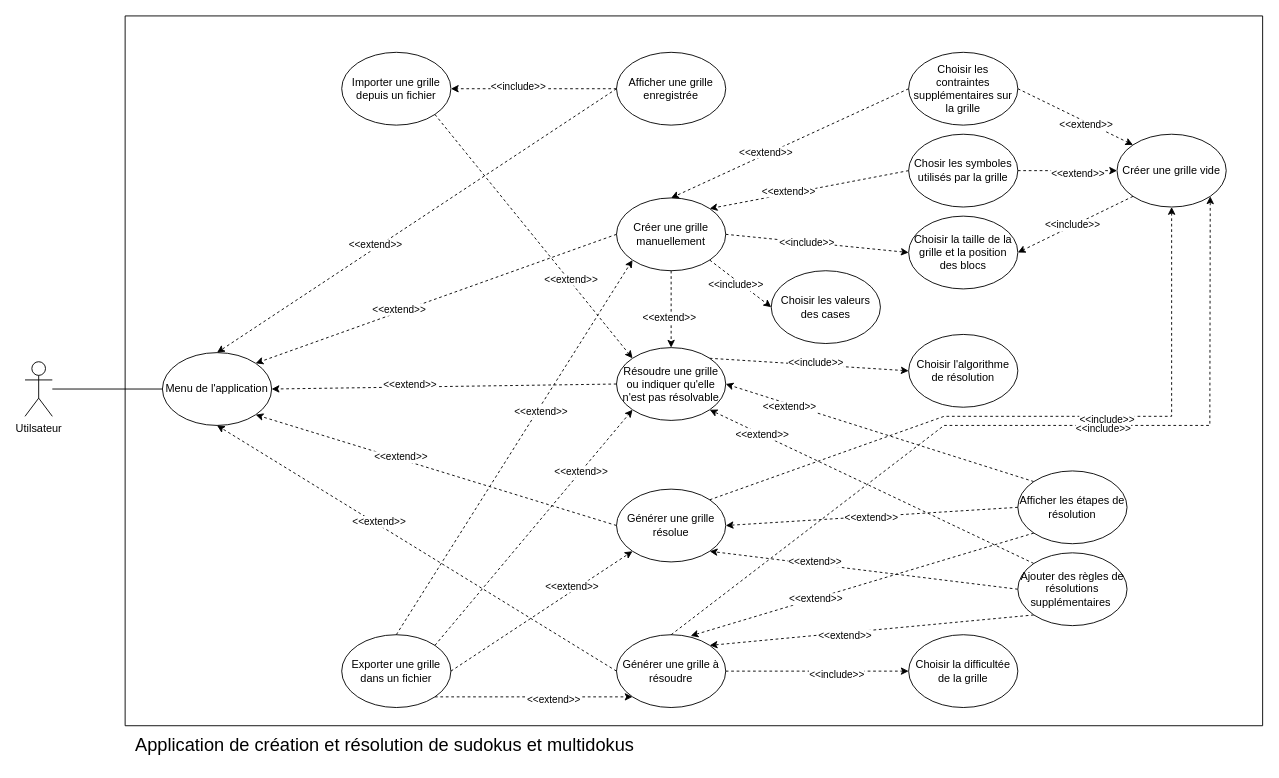
zulianc/S5-sudoku keeps this draw.io diagram as doc/diagrammes/Diagramme_cas_utilisations.drawio. Above is the earlier version. Source tidied: cells renumbered, new cells numbered last; positions are measured from the earlier drawing's top-left corner, leaving out a move shared by most shapes. Both pictures are drawn from the tidied source at 91%, with x=0, y=0 at pixel (25, 15).
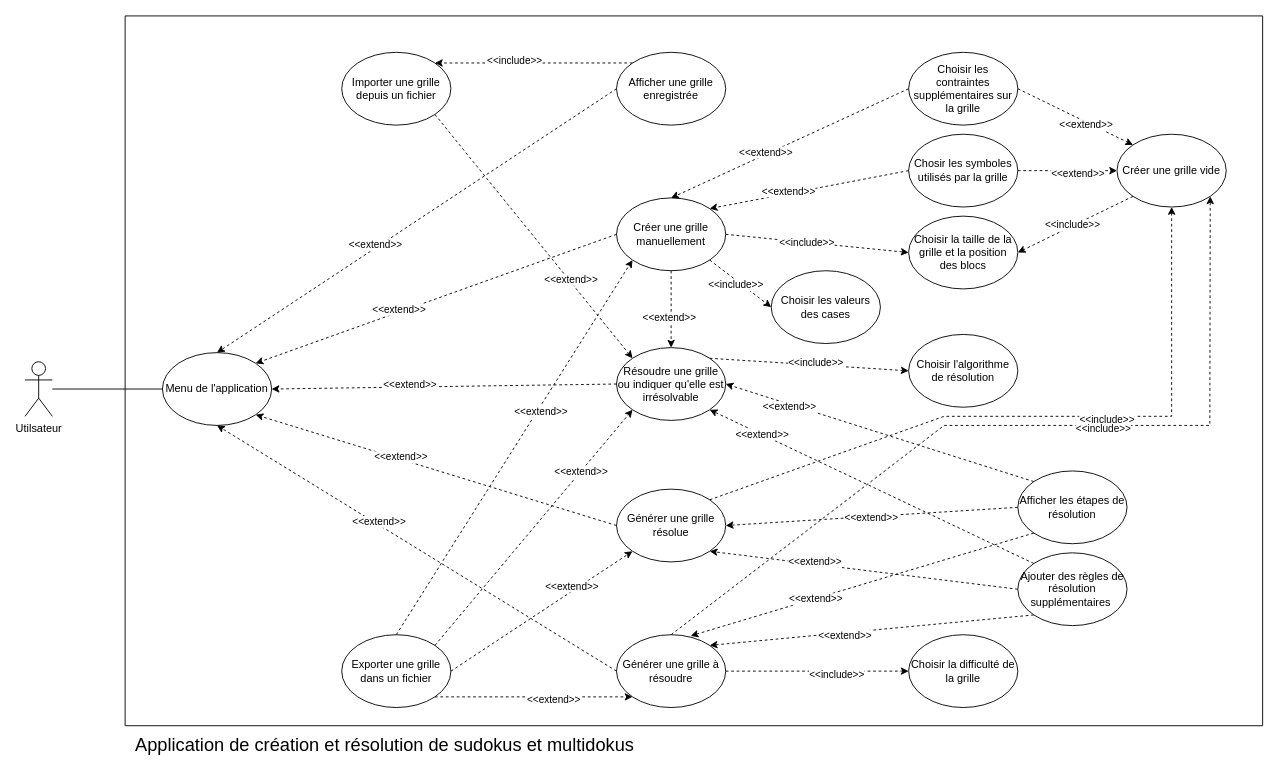
Above is the later version.

Commit message (it also covers changes not shown here):
Mise à jour diagramme cas utilisations

The change refers to these unchanged cells:
```xml
<mxCell id="9" value="Afficher une grille enregistrée" style="ellipse;whiteSpace=wrap;html=1;" parent="1" vertex="1">
  <mxGeometry x="650" y="40" width="120" height="80" as="geometry" />
</mxCell>
<mxCell id="10" value="Importer une grille depuis un fichier" style="ellipse;whiteSpace=wrap;html=1;" parent="1" vertex="1">
  <mxGeometry x="348" y="40" width="120" height="80" as="geometry" />
</mxCell>
<mxCell id="57" style="swimlane;startSize=0;" parent="1" vertex="1">
  <mxGeometry x="110" width="1250" height="780" as="geometry" />
</mxCell>
```

What changed in the source:
```diff
@@
-    <mxCell id="7" value="Résoudre une grille ou indiquer qu'elle n'est pas résolvable" style="ellipse;whiteSpace=wrap;html=1;" parent="1" vertex="1">
+    <mxCell id="7" value="Résoudre une grille ou indiquer qu'elle est irrésolvable" style="ellipse;whiteSpace=wrap;html=1;" parent="1" vertex="1">
       <mxGeometry x="650" y="364.5" width="120" height="80" as="geometry" />
     </mxCell>
@@
-    <mxCell id="12" value="Choisir la difficultée de la grille" style="ellipse;whiteSpace=wrap;html=1;" parent="1" vertex="1">
+    <mxCell id="12" value="Choisir la difficulté de la grille" style="ellipse;whiteSpace=wrap;html=1;" parent="1" vertex="1">
       <mxGeometry x="971" y="680" width="120" height="80" as="geometry" />
     </mxCell>
@@
-    <mxCell id="37" style="endArrow=classic;html=1;rounded=0;dashed=1;entryX=1;entryY=0.5;entryDx=0;entryDy=0;exitX=0;exitY=0.5;exitDx=0;exitDy=0;" parent="1" edge="1" source="9" target="10">
+    <mxCell id="37" style="endArrow=classic;html=1;rounded=0;dashed=1;entryX=1;entryY=0;entryDx=0;entryDy=0;exitX=0;exitY=0;exitDx=0;exitDy=0;" parent="1" edge="1" source="9" target="10">
       <mxGeometry relative="1" as="geometry" />
     </mxCell>
@@
-    <mxCell id="60" value="Ajouter des règles de résolutions supplémentaires&amp;nbsp;" style="ellipse;whiteSpace=wrap;html=1;" parent="57" vertex="1">
+    <mxCell id="60" value="Ajouter des règles de résolution supplémentaires&amp;nbsp;" style="ellipse;whiteSpace=wrap;html=1;" parent="57" vertex="1">
       <mxGeometry x="981" y="590" width="120" height="80" as="geometry" />
     </mxCell>
```
